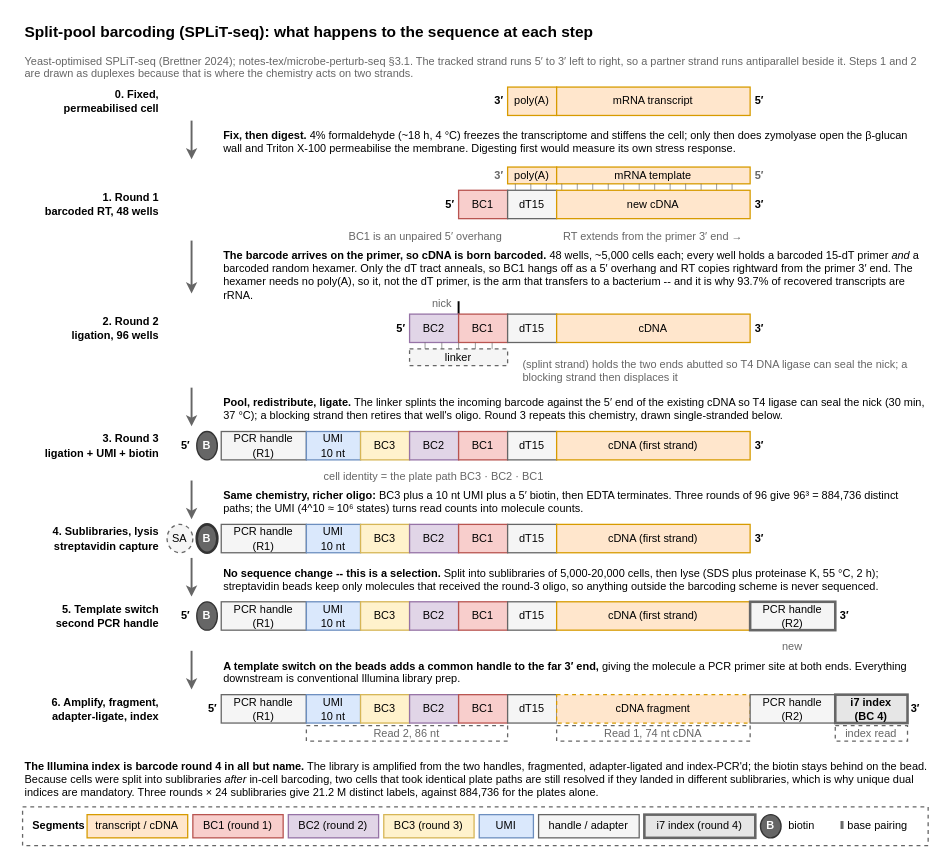
Earlier version of the draw.io diagram notes/assets/drawio/splitseq-barcoding.drawio (Mjvolk3/torchcell). Source tidied: cells renumbered, new cells numbered last; positions are measured from the earlier drawing's top-left corner, leaving out a move shared by most shapes. Both pictures are drawn from the tidied source at 129%, with x=0, y=0 at pixel (22, 22).
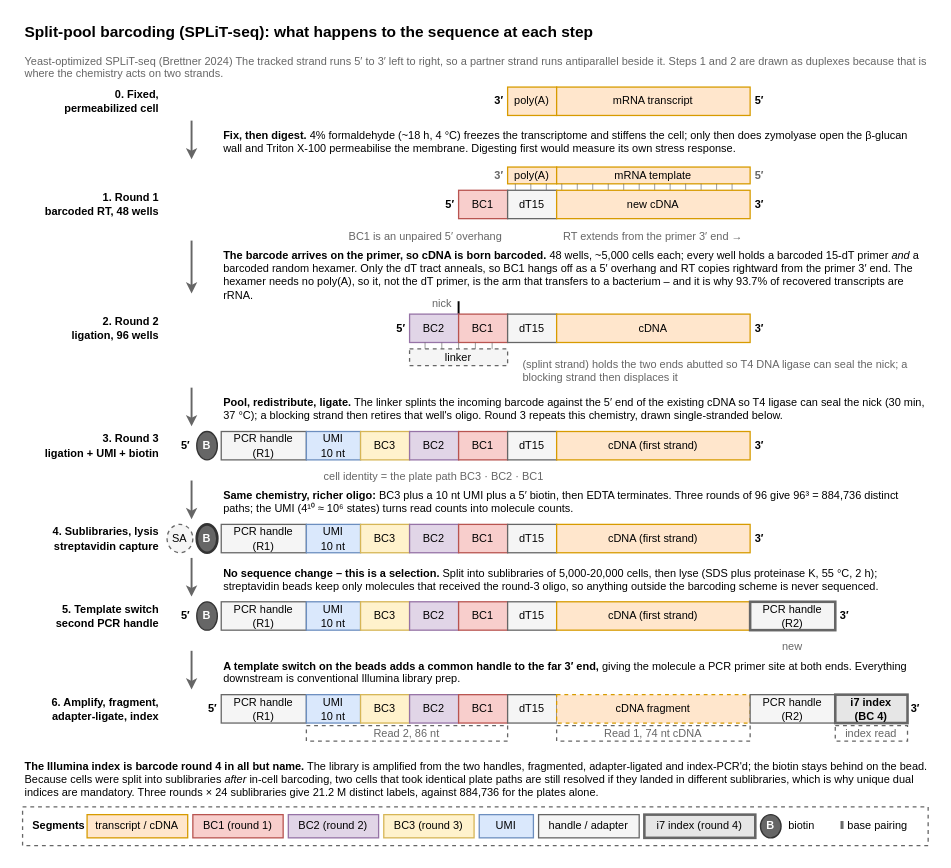
Above is the later version.

Diff of the diagram source:
```diff
@@
-    <mxCell id="3" value="Yeast-optimised SPLiT-seq (Brettner 2024); notes-tex/microbe-perturb-seq §3.1. The tracked strand runs 5′ to 3′ left to right, so a partner strand runs antiparallel beside it. Steps 1 and 2 are drawn as duplexes because that is where the chemistry acts on two strands." style="text;html=1;whiteSpace=wrap;align=left;verticalAlign=top;fontFamily=Arial;fontSize=8.5;fontColor=#666666;" parent="1" vertex="1">
+    <mxCell id="3" value="Yeast-optimized SPLiT-seq (Brettner 2024) The tracked strand runs 5′ to 3′ left to right, so a partner strand runs antiparallel beside it. Steps 1 and 2 are drawn as duplexes because that is where the chemistry acts on two strands." style="text;html=1;whiteSpace=wrap;align=left;verticalAlign=top;fontFamily=Arial;fontSize=8.5;fontColor=#666666;" parent="1" vertex="1">
       <mxGeometry y="18" width="702" height="24" as="geometry" />
     </mxCell>
-    <mxCell id="4" value="0. Fixed,&#10;permeabilised cell" style="text;html=1;whiteSpace=wrap;align=right;verticalAlign=middle;fontFamily=Arial;fontSize=8.5;fontStyle=1;" parent="1" vertex="1">
+    <mxCell id="4" value="0. Fixed,&#10;permeabilized cell" style="text;html=1;whiteSpace=wrap;align=right;verticalAlign=middle;fontFamily=Arial;fontSize=8.5;fontStyle=1;" parent="1" vertex="1">
       <mxGeometry y="50" width="108" height="22" as="geometry" />
     </mxCell>
@@
-    <mxCell id="39" value="&lt;b&gt;The barcode arrives on the primer, so cDNA is born barcoded.&lt;/b&gt; 48 wells, ~5,000 cells each; every well holds a barcoded 15-dT primer &lt;i&gt;and&lt;/i&gt; a barcoded random hexamer. Only the dT tract anneals, so BC1 hangs off as a 5′ overhang and RT copies rightward from the primer 3′ end. The hexamer needs no poly(A), so it, not the dT primer, is the arm that transfers to a bacterium -- and it is why 93.7% of recovered transcripts are rRNA." style="text;html=1;whiteSpace=wrap;align=left;verticalAlign=top;fontFamily=Arial;fontSize=8.5;" parent="1" vertex="1">
+    <mxCell id="39" value="&lt;b&gt;The barcode arrives on the primer, so cDNA is born barcoded.&lt;/b&gt; 48 wells, ~5,000 cells each; every well holds a barcoded 15-dT primer &lt;i&gt;and&lt;/i&gt; a barcoded random hexamer. Only the dT tract anneals, so BC1 hangs off as a 5′ overhang and RT copies rightward from the primer 3′ end. The hexamer needs no poly(A), so it, not the dT primer, is the arm that transfers to a bacterium – and it is why 93.7% of recovered transcripts are rRNA." style="text;html=1;whiteSpace=wrap;align=left;verticalAlign=top;fontFamily=Arial;fontSize=8.5;" parent="1" vertex="1">
       <mxGeometry x="154" y="169" width="548" height="35" as="geometry" />
     </mxCell>
@@
-    <mxCell id="71" value="&lt;b&gt;Same chemistry, richer oligo:&lt;/b&gt; BC3 plus a 10 nt UMI plus a 5′ biotin, then EDTA terminates. Three rounds of 96 give 96³ = 884,736 distinct paths; the UMI (4^10 ≈ 10⁶ states) turns read counts into molecule counts." style="text;html=1;whiteSpace=wrap;align=left;verticalAlign=top;fontFamily=Arial;fontSize=8.5;" parent="1" vertex="1">
+    <mxCell id="71" value="&lt;b&gt;Same chemistry, richer oligo:&lt;/b&gt; BC3 plus a 10 nt UMI plus a 5′ biotin, then EDTA terminates. Three rounds of 96 give 96³ = 884,736 distinct paths; the UMI (4¹⁰ ≈ 10⁶ states) turns read counts into molecule counts." style="text;html=1;whiteSpace=wrap;align=left;verticalAlign=top;fontFamily=Arial;fontSize=8.5;" parent="1" vertex="1">
       <mxGeometry x="154" y="355" width="548" height="24" as="geometry" />
     </mxCell>
@@
-    <mxCell id="84" value="&lt;b&gt;No sequence change -- this is a selection.&lt;/b&gt; Split into sublibraries of 5,000-20,000 cells, then lyse (SDS plus proteinase K, 55 °C, 2 h); streptavidin beads keep only molecules that received the round-3 oligo, so anything outside the barcoding scheme is never sequenced." style="text;html=1;whiteSpace=wrap;align=left;verticalAlign=top;fontFamily=Arial;fontSize=8.5;" parent="1" vertex="1">
+    <mxCell id="84" value="&lt;b&gt;No sequence change – this is a selection.&lt;/b&gt; Split into sublibraries of 5,000-20,000 cells, then lyse (SDS plus proteinase K, 55 °C, 2 h); streptavidin beads keep only molecules that received the round-3 oligo, so anything outside the barcoding scheme is never sequenced." style="text;html=1;whiteSpace=wrap;align=left;verticalAlign=top;fontFamily=Arial;fontSize=8.5;" parent="1" vertex="1">
       <mxGeometry x="154" y="415" width="548" height="24" as="geometry" />
     </mxCell>
```
